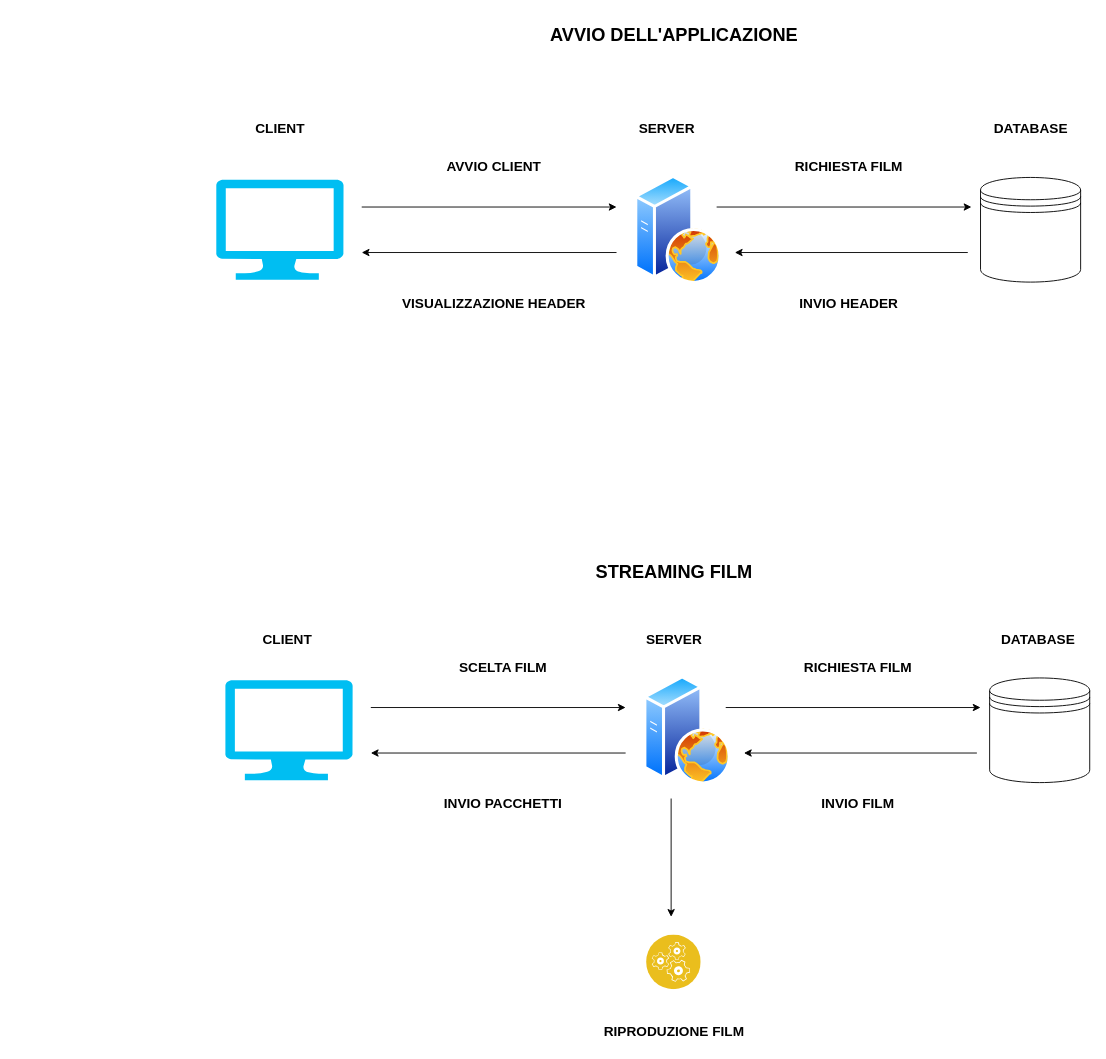
This is Doc/Main_function.drawio from andreacagnin/Media-Player, a draw.io file, before an edit. Source tidied: cells renumbered, new cells numbered last; positions are measured from the earlier drawing's top-left corner, leaving out a move shared by most shapes. Both pictures are drawn from the tidied source at 91%, with x=0, y=0 at pixel (216, 15).
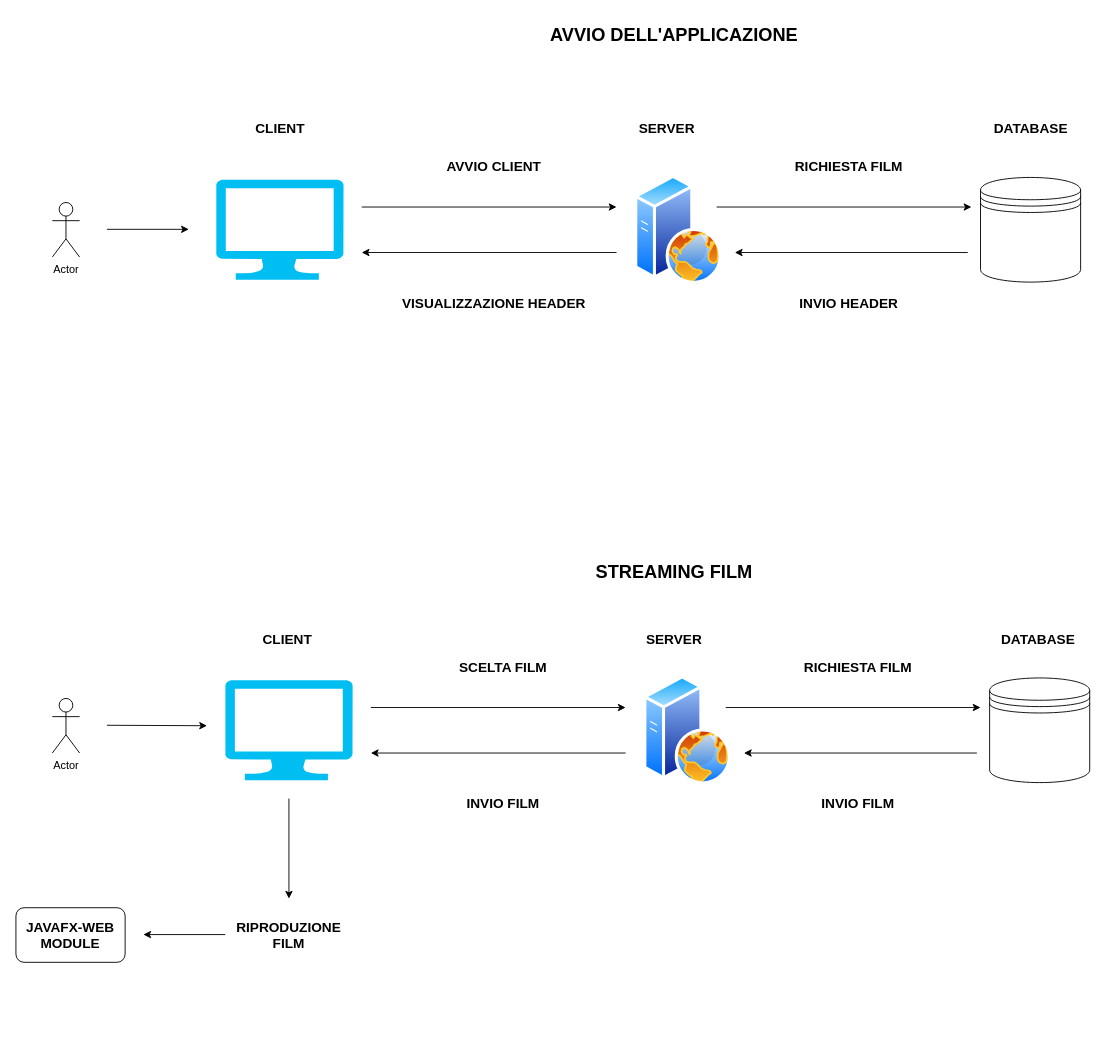
The same page after the edit.

Diff of the diagram source:
```diff
@@
-    <mxCell id="24" value="&lt;span style=&quot;font-size: 15px;&quot;&gt;INVIO PACCHETTI&lt;/span&gt;" style="text;html=1;align=center;verticalAlign=middle;strokeColor=none;fillColor=none;fontStyle=1;" parent="1" vertex="1">
-      <mxGeometry x="240" y="850" width="150" height="30" as="geometry" />
+    <mxCell id="24" value="&lt;span style=&quot;font-size: 15px;&quot;&gt;INVIO FILM&lt;/span&gt;" style="text;html=1;align=center;verticalAlign=middle;strokeColor=none;fillColor=none;fontStyle=1;" parent="1" vertex="1">
+      <mxGeometry x="265" y="850" width="100" height="30" as="geometry" />
     </mxCell>
@@
-    <mxCell id="32" style="image;perimeter=ellipsePerimeter;html=1;align=center;shadow=0;dashed=0;fontColor=#4277BB;labelBackgroundColor=default;fontSize=12;spacingTop=3;image=img/lib/ibm/applications/runtime_services.svg;" parent="1" vertex="1">
-      <mxGeometry x="473" y="1010" width="60" height="60" as="geometry" />
-    </mxCell>
-    <mxCell id="33" style="endArrow=classic;html=1;rounded=0;" parent="1" edge="1">
-      <mxGeometry relative="1" as="geometry">
-        <mxPoint x="500" y="860" as="sourcePoint" />
-        <mxPoint x="500" y="990" as="targetPoint" />
-      </mxGeometry>
-    </mxCell>
+    <mxCell id="35" style="endArrow=classic;html=1;rounded=0;" parent="1" edge="1">
+      <mxGeometry relative="1" as="geometry">
+        <mxPoint x="80" y="860" as="sourcePoint" />
+        <mxPoint x="80" y="970" as="targetPoint" />
+      </mxGeometry>
+    </mxCell>
+    <mxCell id="36" value="Actor" style="shape=umlActor;verticalLabelPosition=bottom;verticalAlign=top;html=1;" parent="1" vertex="1">
+      <mxGeometry x="-180" y="205" width="30" height="60" as="geometry" />
+    </mxCell>
+    <mxCell id="37" style="endArrow=classic;html=1;rounded=0;" parent="1" edge="1">
+      <mxGeometry relative="1" as="geometry">
+        <mxPoint x="-120" y="234.5" as="sourcePoint" />
+        <mxPoint x="-30" y="234.5" as="targetPoint" />
+      </mxGeometry>
+    </mxCell>
+    <mxCell id="38" value="Actor" style="shape=umlActor;verticalLabelPosition=bottom;verticalAlign=top;html=1;" parent="1" vertex="1">
+      <mxGeometry x="-180" y="750" width="30" height="60" as="geometry" />
+    </mxCell>
+    <mxCell id="39" style="endArrow=classic;html=1;rounded=0;" parent="1" edge="1">
+      <mxGeometry relative="1" as="geometry">
+        <mxPoint x="-120" y="779.5" as="sourcePoint" />
+        <mxPoint x="-10" y="780" as="targetPoint" />
+      </mxGeometry>
+    </mxCell>
+    <mxCell id="40" value="JAVAFX-WEB MODULE" style="rounded=1;whiteSpace=wrap;html=1;fontStyle=1;fontSize=15;" parent="1" vertex="1">
+      <mxGeometry x="-220" y="980" width="120" height="60" as="geometry" />
+    </mxCell>
-    <mxCell id="34" value="RIPRODUZIONE FILM" style="text;html=1;align=center;verticalAlign=middle;strokeColor=none;fillColor=none;fontSize=15;fontStyle=1;" parent="1" vertex="1">
-      <mxGeometry x="413" y="1100" width="180" height="30" as="geometry" />
+    <mxCell id="34" value="RIPRODUZIONE FILM" style="text;html=1;align=center;verticalAlign=middle;whiteSpace=wrap;rounded=0;fontStyle=1;fontSize=15;" parent="1" vertex="1">
+      <mxGeometry x="50" y="995" width="60" height="30" as="geometry" />
     </mxCell>
+    <mxCell id="41" style="endArrow=classic;html=1;rounded=0;" parent="1" edge="1">
+      <mxGeometry relative="1" as="geometry">
+        <mxPoint x="10" y="1009.5" as="sourcePoint" />
+        <mxPoint x="-80" y="1009.5" as="targetPoint" />
+      </mxGeometry>
+    </mxCell>
```
